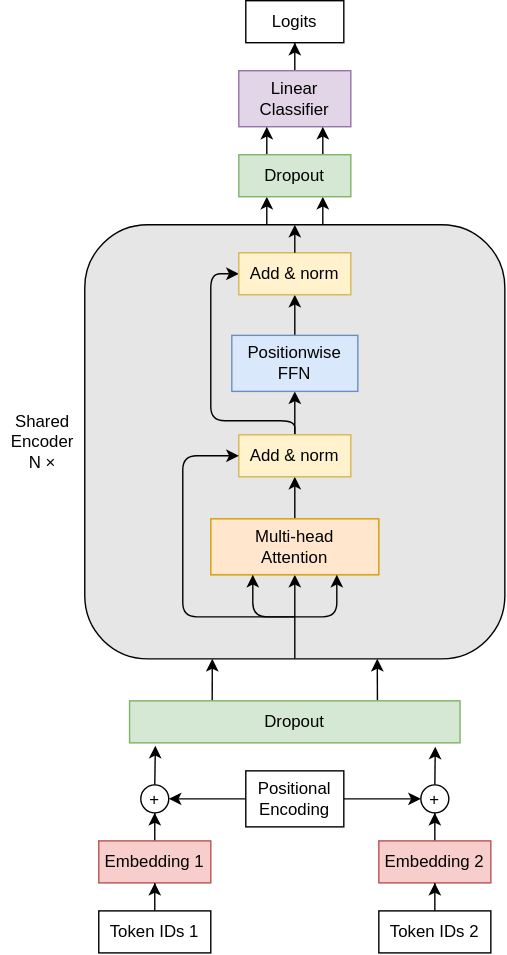
Above: docs/figures/transformer_architecture_diagram/transformer_architecture.drawio.svg in RayYouDS/cits4012-NLP-project (draw.io), before the change. Source tidied: cells renumbered, new cells last; positions are measured from the earlier drawing's top-left corner, leaving out a move shared by most shapes.
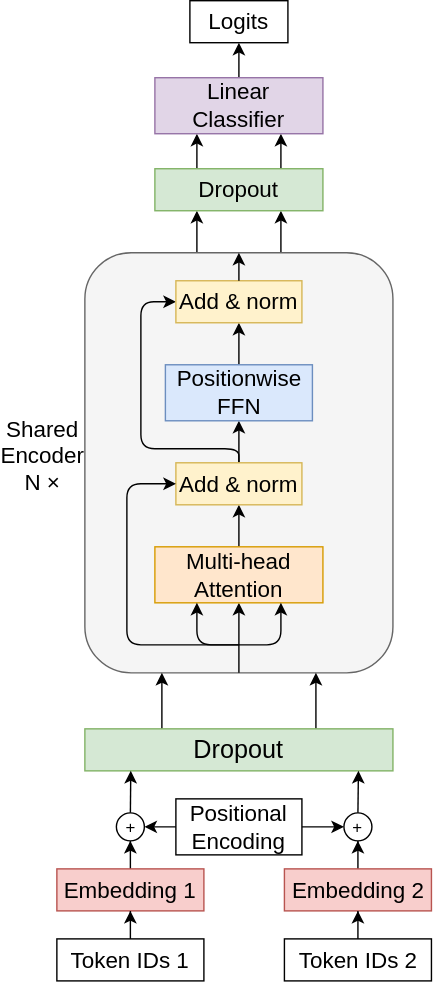
Later version of the same file.

Commit message:
update: new architecture diagram

Change to the diagram source:
```diff
@@ -2,160 +2,168 @@
   <root>
     <mxCell id="0" />
     <mxCell id="1" parent="0" />
-    <mxCell id="2" style="rounded=1;whiteSpace=wrap;html=1;roundedPerimeter=1;fillColor=#E6E6E6;" parent="1" vertex="1">
-      <mxGeometry x="60" y="160" width="300" height="310" as="geometry" />
-    </mxCell>
-    <mxCell id="3" style="edgeStyle=orthogonalEdgeStyle;rounded=0;jettySize=auto;html=1;entryX=0.5;entryY=1;entryDx=0;entryDy=0;" parent="1" edge="1" source="4" target="8">
-      <mxGeometry relative="1" as="geometry" />
-    </mxCell>
+    <mxCell id="45" style="edgeStyle=orthogonalEdgeStyle;rounded=0;jettySize=auto;html=1;exitX=0.75;exitY=0;exitDx=0;exitDy=0;entryX=0.75;entryY=1;entryDx=0;entryDy=0;" parent="1" edge="1" source="47" target="71">
+      <mxGeometry relative="1" as="geometry" />
+    </mxCell>
+    <mxCell id="46" style="edgeStyle=orthogonalEdgeStyle;rounded=0;jettySize=auto;html=1;exitX=0.25;exitY=0;exitDx=0;exitDy=0;entryX=0.25;entryY=1;entryDx=0;entryDy=0;" parent="1" edge="1" source="47" target="71">
+      <mxGeometry relative="1" as="geometry" />
+    </mxCell>
+    <mxCell id="47" style="rounded=1;whiteSpace=wrap;html=1;roundedPerimeter=1;fillColor=#f5f5f5;fontColor=#333333;strokeColor=#666666;" parent="1" vertex="1">
+      <mxGeometry x="250" y="160" width="220" height="300" as="geometry" />
+    </mxCell>
+    <mxCell id="48" style="edgeStyle=orthogonalEdgeStyle;rounded=0;jettySize=auto;html=1;entryX=0.5;entryY=1;entryDx=0;entryDy=0;" parent="1" edge="1" source="4" target="51">
+      <mxGeometry relative="1" as="geometry" />
+    </mxCell>
-    <mxCell id="4" value="Embedding 1" style="rounded=0;whiteSpace=wrap;html=1;fillColor=#f8cecc;strokeColor=#b85450;" parent="1" vertex="1">
-      <mxGeometry x="70" y="600" width="80" height="30" as="geometry" />
+    <mxCell id="4" value="Embedding 1" style="rounded=0;whiteSpace=wrap;html=1;fillColor=#f8cecc;strokeColor=#b85450;fontSize=16;" parent="1" vertex="1">
+      <mxGeometry x="230" y="600" width="105" height="30" as="geometry" />
     </mxCell>
-    <mxCell id="5" style="edgeStyle=orthogonalEdgeStyle;rounded=0;jettySize=auto;html=1;entryX=0;entryY=0.5;entryDx=0;entryDy=0;" parent="1" edge="1" source="7" target="12">
-      <mxGeometry relative="1" as="geometry" />
-    </mxCell>
-    <mxCell id="6" style="edgeStyle=orthogonalEdgeStyle;rounded=0;jettySize=auto;html=1;entryX=1;entryY=0.5;entryDx=0;entryDy=0;" parent="1" edge="1" source="7" target="8">
-      <mxGeometry relative="1" as="geometry" />
-    </mxCell>
+    <mxCell id="49" style="edgeStyle=orthogonalEdgeStyle;rounded=0;jettySize=auto;html=1;entryX=0;entryY=0.5;entryDx=0;entryDy=0;" parent="1" edge="1" target="53">
+      <mxGeometry relative="1" as="geometry">
+        <mxPoint x="390" y="570" as="sourcePoint" />
+      </mxGeometry>
+    </mxCell>
+    <mxCell id="50" style="edgeStyle=orthogonalEdgeStyle;rounded=0;jettySize=auto;html=1;entryX=1;entryY=0.5;entryDx=0;entryDy=0;" parent="1" edge="1" target="51">
+      <mxGeometry relative="1" as="geometry">
+        <mxPoint x="337.5" y="570" as="sourcePoint" />
+      </mxGeometry>
+    </mxCell>
-    <mxCell id="7" value="Positional Encoding" style="rounded=0;whiteSpace=wrap;html=1;" parent="1" vertex="1">
-      <mxGeometry x="175" y="550" width="70" height="40" as="geometry" />
+    <mxCell id="7" value="Positional Encoding" style="rounded=0;whiteSpace=wrap;html=1;fontSize=16;" parent="1" vertex="1">
+      <mxGeometry x="315" y="550" width="90" height="40" as="geometry" />
     </mxCell>
-    <mxCell id="8" value="+" style="ellipse;whiteSpace=wrap;html=1;shapeInside=1;" parent="1" vertex="1">
-      <mxGeometry x="100" y="560" width="20" height="20" as="geometry" />
-    </mxCell>
+    <mxCell id="51" value="+" style="ellipse;whiteSpace=wrap;html=1;shapeInside=1;" parent="1" vertex="1">
+      <mxGeometry x="272.5" y="560" width="20" height="20" as="geometry" />
+    </mxCell>
-    <mxCell id="9" value="Shared&lt;br&gt;Encoder&lt;br&gt;N ×" style="text;html=1;whiteSpace=wrap;strokeColor=none;fillColor=none;align=center;verticalAlign=middle;rounded=0;" parent="1" vertex="1">
-      <mxGeometry y="295" width="60" height="40" as="geometry" />
+    <mxCell id="9" value="Shared&lt;br&gt;Encoder&lt;br&gt;N ×" style="text;html=1;whiteSpace=wrap;strokeColor=none;fillColor=none;align=center;verticalAlign=middle;rounded=0;fontSize=16;" parent="1" vertex="1">
+      <mxGeometry x="190" y="285" width="60" height="40" as="geometry" />
     </mxCell>
-    <mxCell id="10" style="edgeStyle=orthogonalEdgeStyle;rounded=0;jettySize=auto;html=1;entryX=0.5;entryY=1;entryDx=0;entryDy=0;" parent="1" edge="1" source="11" target="12">
-      <mxGeometry relative="1" as="geometry" />
-    </mxCell>
+    <mxCell id="52" style="edgeStyle=orthogonalEdgeStyle;rounded=0;jettySize=auto;html=1;entryX=0.5;entryY=1;entryDx=0;entryDy=0;" parent="1" edge="1" source="11" target="53">
+      <mxGeometry relative="1" as="geometry" />
+    </mxCell>
-    <mxCell id="11" value="Embedding 2" style="rounded=0;whiteSpace=wrap;html=1;fillColor=#f8cecc;strokeColor=#b85450;" parent="1" vertex="1">
-      <mxGeometry x="270" y="600" width="80" height="30" as="geometry" />
+    <mxCell id="11" value="Embedding 2" style="rounded=0;whiteSpace=wrap;html=1;fillColor=#f8cecc;strokeColor=#b85450;fontSize=16;" parent="1" vertex="1">
+      <mxGeometry x="392.5" y="600" width="105" height="30" as="geometry" />
     </mxCell>
-    <mxCell id="12" value="+" style="ellipse;whiteSpace=wrap;html=1;shapeInside=1;" parent="1" vertex="1">
-      <mxGeometry x="300" y="560" width="20" height="20" as="geometry" />
-    </mxCell>
+    <mxCell id="53" value="+" style="ellipse;whiteSpace=wrap;html=1;shapeInside=1;" parent="1" vertex="1">
+      <mxGeometry x="435" y="560" width="20" height="20" as="geometry" />
+    </mxCell>
     <mxCell id="13" style="edgeStyle=orthogonalEdgeStyle;rounded=0;jettySize=auto;html=1;entryX=0.5;entryY=1;entryDx=0;entryDy=0;" parent="1" edge="1" source="14" target="4">
       <mxGeometry relative="1" as="geometry" />
     </mxCell>
-    <mxCell id="14" value="Token IDs 1" style="rounded=0;whiteSpace=wrap;html=1;" parent="1" vertex="1">
-      <mxGeometry x="70" y="650" width="80" height="30" as="geometry" />
+    <mxCell id="14" value="Token IDs 1" style="rounded=0;whiteSpace=wrap;html=1;fontSize=16;" parent="1" vertex="1">
+      <mxGeometry x="230" y="650" width="105" height="30" as="geometry" />
     </mxCell>
     <mxCell id="15" style="edgeStyle=orthogonalEdgeStyle;rounded=0;jettySize=auto;html=1;entryX=0.5;entryY=1;entryDx=0;entryDy=0;" parent="1" edge="1" source="16" target="11">
       <mxGeometry relative="1" as="geometry" />
     </mxCell>
-    <mxCell id="16" value="Token IDs 2" style="rounded=0;whiteSpace=wrap;html=1;" parent="1" vertex="1">
-      <mxGeometry x="270" y="650" width="80" height="30" as="geometry" />
+    <mxCell id="16" value="Token IDs 2" style="rounded=0;whiteSpace=wrap;html=1;fontSize=16;" parent="1" vertex="1">
+      <mxGeometry x="392.5" y="650" width="105" height="30" as="geometry" />
     </mxCell>
-    <mxCell id="17" style="edgeStyle=orthogonalEdgeStyle;rounded=0;jettySize=auto;html=1;exitX=0.5;exitY=1;exitDx=0;exitDy=0;entryX=0.5;entryY=1;entryDx=0;entryDy=0;" parent="1" edge="1" source="2" target="19">
-      <mxGeometry relative="1" as="geometry" />
-    </mxCell>
-    <mxCell id="18" style="edgeStyle=orthogonalEdgeStyle;rounded=0;jettySize=auto;html=1;entryX=0.5;entryY=1;entryDx=0;entryDy=0;" parent="1" edge="1" source="19" target="22">
-      <mxGeometry relative="1" as="geometry" />
-    </mxCell>
+    <mxCell id="54" style="edgeStyle=orthogonalEdgeStyle;rounded=0;jettySize=auto;html=1;exitX=0.5;exitY=1;exitDx=0;exitDy=0;entryX=0.5;entryY=1;entryDx=0;entryDy=0;" parent="1" edge="1" source="47" target="19">
+      <mxGeometry relative="1" as="geometry" />
+    </mxCell>
+    <mxCell id="55" style="edgeStyle=orthogonalEdgeStyle;rounded=0;jettySize=auto;html=1;entryX=0.5;entryY=1;entryDx=0;entryDy=0;" parent="1" edge="1" source="19" target="58">
+      <mxGeometry relative="1" as="geometry" />
+    </mxCell>
-    <mxCell id="19" value="Multi-head&lt;br&gt;Attention" style="rounded=0;whiteSpace=wrap;html=1;fillColor=#ffe6cc;strokeColor=#d79b00;" parent="1" vertex="1">
-      <mxGeometry x="150" y="370" width="120" height="40" as="geometry" />
+    <mxCell id="19" value="Multi-head&lt;br&gt;Attention" style="rounded=0;whiteSpace=wrap;html=1;fillColor=#ffe6cc;strokeColor=#d79b00;fontSize=16;" parent="1" vertex="1">
+      <mxGeometry x="300" y="370" width="120" height="40" as="geometry" />
     </mxCell>
-    <mxCell id="20" style="edgeStyle=orthogonalEdgeStyle;rounded=0;jettySize=auto;html=1;entryX=0.5;entryY=1;entryDx=0;entryDy=0;" parent="1" edge="1" source="22" target="24">
-      <mxGeometry relative="1" as="geometry" />
-    </mxCell>
-    <mxCell id="21" style="edgeStyle=orthogonalEdgeStyle;rounded=1;jettySize=auto;html=1;entryX=0;entryY=0.5;entryDx=0;entryDy=0;curved=0;" parent="1" edge="1" source="22" target="27">
-      <mxGeometry relative="1" as="geometry">
-        <Array as="points">
-          <mxPoint x="210" y="300" />
-          <mxPoint x="150" y="300" />
-          <mxPoint x="150" y="195" />
-        </Array>
-      </mxGeometry>
-    </mxCell>
-    <mxCell id="22" value="Add &amp;amp; norm" style="rounded=0;whiteSpace=wrap;html=1;fillColor=#fff2cc;strokeColor=#d6b656;" parent="1" vertex="1">
-      <mxGeometry x="170" y="310" width="80" height="30" as="geometry" />
-    </mxCell>
-    <mxCell id="23" style="edgeStyle=orthogonalEdgeStyle;rounded=0;jettySize=auto;html=1;entryX=0.5;entryY=1;entryDx=0;entryDy=0;" parent="1" edge="1" source="24" target="27">
-      <mxGeometry relative="1" as="geometry" />
-    </mxCell>
+    <mxCell id="56" style="edgeStyle=orthogonalEdgeStyle;rounded=0;jettySize=auto;html=1;entryX=0.5;entryY=1;entryDx=0;entryDy=0;" parent="1" edge="1" source="58" target="24">
+      <mxGeometry relative="1" as="geometry" />
+    </mxCell>
+    <mxCell id="57" style="edgeStyle=orthogonalEdgeStyle;rounded=1;jettySize=auto;html=1;entryX=0;entryY=0.5;entryDx=0;entryDy=0;curved=0;" parent="1" edge="1" source="58" target="60">
+      <mxGeometry relative="1" as="geometry">
+        <Array as="points">
+          <mxPoint x="360" y="300" />
+          <mxPoint x="290" y="300" />
+          <mxPoint x="290" y="195" />
+        </Array>
+      </mxGeometry>
+    </mxCell>
+    <mxCell id="58" value="Add &amp;amp; norm" style="rounded=0;whiteSpace=wrap;html=1;fillColor=#fff2cc;strokeColor=#d6b656;fontSize=16;" parent="1" vertex="1">
+      <mxGeometry x="315" y="310" width="90" height="30" as="geometry" />
+    </mxCell>
+    <mxCell id="59" style="edgeStyle=orthogonalEdgeStyle;rounded=0;jettySize=auto;html=1;entryX=0.5;entryY=1;entryDx=0;entryDy=0;" parent="1" edge="1" source="24" target="60">
+      <mxGeometry relative="1" as="geometry" />
+    </mxCell>
-    <mxCell id="24" value="Positionwise&lt;br&gt;FFN" style="rounded=0;whiteSpace=wrap;html=1;fillColor=#dae8fc;strokeColor=#6c8ebf;" parent="1" vertex="1">
-      <mxGeometry x="165" y="239" width="90" height="40" as="geometry" />
+    <mxCell id="24" value="Positionwise&lt;br&gt;FFN" style="rounded=0;whiteSpace=wrap;html=1;fillColor=#dae8fc;strokeColor=#6c8ebf;fontSize=16;" parent="1" vertex="1">
+      <mxGeometry x="307.5" y="240" width="105" height="40" as="geometry" />
     </mxCell>
-    <mxCell id="25" style="edgeStyle=orthogonalEdgeStyle;rounded=0;jettySize=auto;html=1;entryX=0.25;entryY=1;entryDx=0;entryDy=0;" parent="1" edge="1" target="42">
-      <mxGeometry relative="1" as="geometry">
-        <mxPoint x="190" y="160" as="sourcePoint" />
-      </mxGeometry>
-    </mxCell>
-    <mxCell id="26" style="edgeStyle=orthogonalEdgeStyle;rounded=0;jettySize=auto;html=1;entryX=0.75;entryY=1;entryDx=0;entryDy=0;" parent="1" edge="1" target="42">
-      <mxGeometry relative="1" as="geometry">
-        <mxPoint x="230" y="160" as="sourcePoint" />
-      </mxGeometry>
-    </mxCell>
-    <mxCell id="27" value="Add &amp;amp; norm" style="rounded=0;whiteSpace=wrap;html=1;fillColor=#fff2cc;strokeColor=#d6b656;" parent="1" vertex="1">
-      <mxGeometry x="170" y="180" width="80" height="30" as="geometry" />
-    </mxCell>
+    <mxCell id="60" value="Add &amp;amp; norm" style="rounded=0;whiteSpace=wrap;html=1;fillColor=#fff2cc;strokeColor=#d6b656;fontSize=16;" parent="1" vertex="1">
+      <mxGeometry x="315" y="180" width="90" height="30" as="geometry" />
+    </mxCell>
+    <mxCell id="61" style="endArrow=classic;html=1;rounded=1;entryX=0.75;entryY=1;entryDx=0;entryDy=0;curved=0;" parent="1" edge="1" target="19">
+      <mxGeometry relative="1" as="geometry">
+        <mxPoint x="360" y="440" as="sourcePoint" />
+        <Array as="points">
+          <mxPoint x="390" y="440" />
+        </Array>
+      </mxGeometry>
+    </mxCell>
+    <mxCell id="62" style="endArrow=classic;html=1;rounded=1;entryX=0.25;entryY=1;entryDx=0;entryDy=0;curved=0;" parent="1" edge="1" target="19">
+      <mxGeometry relative="1" as="geometry">
+        <mxPoint x="360" y="440" as="sourcePoint" />
+        <Array as="points">
+          <mxPoint x="330" y="440" />
+        </Array>
+      </mxGeometry>
+    </mxCell>
+    <mxCell id="63" style="endArrow=classic;html=1;rounded=1;entryX=0;entryY=0.5;entryDx=0;entryDy=0;curved=0;" parent="1" edge="1" target="58">
+      <mxGeometry x="0.13" relative="1" as="geometry">
+        <mxPoint x="360" y="440" as="sourcePoint" />
+        <Array as="points">
+          <mxPoint x="280" y="440" />
+          <mxPoint x="280" y="325" />
+        </Array>
+      </mxGeometry>
+    </mxCell>
+    <mxCell id="34" style="edgeStyle=orthogonalEdgeStyle;rounded=0;orthogonalLoop=1;jettySize=auto;html=1;innerLoopWaypoints=1;exitX=0.5;exitY=1;exitDx=0;exitDy=0;" parent="1" edge="1" source="7" target="7">
+      <mxGeometry relative="1" as="geometry" />
+    </mxCell>
+    <mxCell id="64" style="edgeStyle=orthogonalEdgeStyle;rounded=0;jettySize=auto;html=1;exitX=0.75;exitY=0;exitDx=0;exitDy=0;entryX=0.75;entryY=1;entryDx=0;entryDy=0;" parent="1" edge="1" source="66" target="47">
+      <mxGeometry relative="1" as="geometry">
+        <Array as="points">
+          <mxPoint x="415" y="500" />
+        </Array>
+      </mxGeometry>
+    </mxCell>
+    <mxCell id="65" style="edgeStyle=orthogonalEdgeStyle;rounded=0;jettySize=auto;html=1;exitX=0.25;exitY=0;exitDx=0;exitDy=0;entryX=0.25;entryY=1;entryDx=0;entryDy=0;" parent="1" edge="1" source="66" target="47">
+      <mxGeometry relative="1" as="geometry">
+        <Array as="points">
+          <mxPoint x="305" y="500" />
+        </Array>
+      </mxGeometry>
+    </mxCell>
+    <mxCell id="66" value="Dropout" style="rounded=0;whiteSpace=wrap;html=1;fillColor=#d5e8d4;strokeColor=#82b366;fontSize=18;" parent="1" vertex="1">
+      <mxGeometry x="250" y="500" width="220" height="30" as="geometry" />
+    </mxCell>
+    <mxCell id="67" style="edgeStyle=orthogonalEdgeStyle;rounded=0;orthogonalLoop=1;jettySize=auto;html=1;innerLoopWaypoints=1;exitX=0.5;exitY=1;exitDx=0;exitDy=0;" parent="1" edge="1" source="47" target="47">
+      <mxGeometry relative="1" as="geometry" />
+    </mxCell>
+    <mxCell id="68" style="endArrow=classic;html=1;rounded=0;exitX=0.5;exitY=0;exitDx=0;exitDy=0;entryX=0.5;entryY=0.032;entryDx=0;entryDy=0;" parent="1" edge="1" source="60" target="47">
+      <mxGeometry relative="1" as="geometry" />
+    </mxCell>
+    <mxCell id="69" style="edgeStyle=orthogonalEdgeStyle;rounded=0;jettySize=auto;html=1;exitX=0.25;exitY=0;exitDx=0;exitDy=0;entryX=0.25;entryY=1;entryDx=0;entryDy=0;" parent="1" edge="1" source="71" target="29">
+      <mxGeometry relative="1" as="geometry" />
+    </mxCell>
+    <mxCell id="70" style="edgeStyle=orthogonalEdgeStyle;rounded=0;jettySize=auto;html=1;exitX=0.75;exitY=0;exitDx=0;exitDy=0;entryX=0.75;entryY=1;entryDx=0;entryDy=0;" parent="1" edge="1" source="71" target="29">
+      <mxGeometry relative="1" as="geometry" />
+    </mxCell>
+    <mxCell id="71" value="Dropout" style="rounded=0;whiteSpace=wrap;html=1;fillColor=#d5e8d4;strokeColor=#82b366;fontSize=16;" parent="1" vertex="1">
+      <mxGeometry x="300" y="100" width="120" height="30" as="geometry" />
+    </mxCell>
-    <mxCell id="28" style="edgeStyle=orthogonalEdgeStyle;rounded=0;jettySize=auto;html=1;entryX=0.5;entryY=1;entryDx=0;entryDy=0;" parent="1" edge="1" source="29" target="33">
+    <mxCell id="28" style="edgeStyle=orthogonalEdgeStyle;rounded=0;jettySize=auto;html=1;exitX=0.5;exitY=0;exitDx=0;exitDy=0;entryX=0.5;entryY=1;entryDx=0;entryDy=0;" parent="1" edge="1" source="29" target="33">
       <mxGeometry relative="1" as="geometry" />
     </mxCell>
-    <mxCell id="29" value="Linear Classifier" style="rounded=0;whiteSpace=wrap;html=1;fillColor=#e1d5e7;strokeColor=#9673a6;" parent="1" vertex="1">
-      <mxGeometry x="170" y="50" width="80" height="40" as="geometry" />
+    <mxCell id="29" value="Linear&lt;br&gt;Classifier" style="rounded=0;whiteSpace=wrap;html=1;fillColor=#e1d5e7;strokeColor=#9673a6;fontSize=16;" parent="1" vertex="1">
+      <mxGeometry x="300" y="35" width="120" height="40" as="geometry" />
     </mxCell>
-    <mxCell id="30" style="endArrow=classic;html=1;rounded=1;entryX=0.75;entryY=1;entryDx=0;entryDy=0;curved=0;" parent="1" edge="1" target="19">
-      <mxGeometry relative="1" as="geometry">
-        <mxPoint x="210" y="440" as="sourcePoint" />
-        <Array as="points">
-          <mxPoint x="240" y="440" />
-        </Array>
-      </mxGeometry>
-    </mxCell>
-    <mxCell id="31" style="endArrow=classic;html=1;rounded=1;entryX=0.25;entryY=1;entryDx=0;entryDy=0;curved=0;" parent="1" edge="1" target="19">
-      <mxGeometry relative="1" as="geometry">
-        <mxPoint x="210" y="440" as="sourcePoint" />
-        <Array as="points">
-          <mxPoint x="180" y="440" />
-        </Array>
-      </mxGeometry>
-    </mxCell>
-    <mxCell id="32" style="endArrow=classic;html=1;rounded=1;entryX=0;entryY=0.5;entryDx=0;entryDy=0;curved=0;" parent="1" edge="1" target="22">
-      <mxGeometry x="0.13" relative="1" as="geometry">
-        <mxPoint x="210" y="440" as="sourcePoint" />
-        <Array as="points">
-          <mxPoint x="130" y="440" />
-          <mxPoint x="130" y="325" />
-        </Array>
-      </mxGeometry>
-    </mxCell>
-    <mxCell id="33" value="Logits" style="rounded=0;whiteSpace=wrap;html=1;" parent="1" vertex="1">
-      <mxGeometry x="175" width="70" height="30" as="geometry" />
+    <mxCell id="33" value="Logits" style="rounded=0;whiteSpace=wrap;html=1;fontSize=16;" parent="1" vertex="1">
+      <mxGeometry x="325" y="-20" width="70" height="30" as="geometry" />
     </mxCell>
-    <mxCell id="34" style="edgeStyle=orthogonalEdgeStyle;rounded=0;orthogonalLoop=1;jettySize=auto;html=1;innerLoopWaypoints=1;exitX=0.5;exitY=1;exitDx=0;exitDy=0;" parent="1" edge="1" source="7" target="7">
-      <mxGeometry relative="1" as="geometry" />
-    </mxCell>
-    <mxCell id="35" style="edgeStyle=orthogonalEdgeStyle;rounded=0;jettySize=auto;html=1;exitX=0.75;exitY=0;exitDx=0;exitDy=0;entryX=0.701;entryY=1.012;entryDx=0;entryDy=0;" parent="1" edge="1" source="37" target="2">
-      <mxGeometry relative="1" as="geometry" />
-    </mxCell>
-    <mxCell id="36" style="edgeStyle=orthogonalEdgeStyle;rounded=0;jettySize=auto;html=1;exitX=0.25;exitY=0;exitDx=0;exitDy=0;entryX=0.304;entryY=0.999;entryDx=0;entryDy=0;" parent="1" edge="1" source="37" target="2">
-      <mxGeometry relative="1" as="geometry" />
-    </mxCell>
-    <mxCell id="37" value="Dropout" style="rounded=0;whiteSpace=wrap;html=1;fillColor=#d5e8d4;strokeColor=#82b366;" parent="1" vertex="1">
-      <mxGeometry x="92" y="500" width="236" height="30" as="geometry" />
-    </mxCell>
-    <mxCell id="38" style="edgeStyle=orthogonalEdgeStyle;rounded=0;jettySize=auto;html=1;exitX=0.5;exitY=0;exitDx=0;exitDy=0;entryX=0.078;entryY=1.07;entryDx=0;entryDy=0;entryPerimeter=0;" parent="1" edge="1" source="8" target="37">
-      <mxGeometry relative="1" as="geometry" />
-    </mxCell>
-    <mxCell id="39" style="edgeStyle=orthogonalEdgeStyle;rounded=0;jettySize=auto;html=1;exitX=0.5;exitY=0;exitDx=0;exitDy=0;entryX=0.925;entryY=1.09;entryDx=0;entryDy=0;entryPerimeter=0;" parent="1" edge="1" source="12" target="37">
-      <mxGeometry relative="1" as="geometry" />
-    </mxCell>
-    <mxCell id="40" style="edgeStyle=orthogonalEdgeStyle;rounded=0;jettySize=auto;html=1;exitX=0.25;exitY=0;exitDx=0;exitDy=0;entryX=0.25;entryY=1;entryDx=0;entryDy=0;" parent="1" edge="1" source="42" target="29">
-      <mxGeometry relative="1" as="geometry" />
-    </mxCell>
-    <mxCell id="41" style="edgeStyle=orthogonalEdgeStyle;rounded=0;jettySize=auto;html=1;exitX=0.75;exitY=0;exitDx=0;exitDy=0;entryX=0.75;entryY=1;entryDx=0;entryDy=0;" parent="1" edge="1" source="42" target="29">
-      <mxGeometry relative="1" as="geometry" />
-    </mxCell>
-    <mxCell id="42" value="Dropout" style="rounded=0;whiteSpace=wrap;html=1;fillColor=#d5e8d4;strokeColor=#82b366;" parent="1" vertex="1">
-      <mxGeometry x="170" y="110" width="80" height="30" as="geometry" />
-    </mxCell>
-    <mxCell id="43" style="edgeStyle=orthogonalEdgeStyle;rounded=0;orthogonalLoop=1;jettySize=auto;html=1;innerLoopWaypoints=1;exitX=0.5;exitY=1;exitDx=0;exitDy=0;" parent="1" edge="1" source="2" target="2">
-      <mxGeometry relative="1" as="geometry" />
-    </mxCell>
-    <mxCell id="44" style="endArrow=classic;html=1;rounded=0;exitX=0.5;exitY=0;exitDx=0;exitDy=0;entryX=0.5;entryY=0.032;entryDx=0;entryDy=0;" parent="1" edge="1" source="27" target="2">
-      <mxGeometry relative="1" as="geometry" />
-    </mxCell>
+    <mxCell id="72" style="edgeStyle=orthogonalEdgeStyle;rounded=0;jettySize=auto;html=1;exitX=0.5;exitY=0;exitDx=0;exitDy=0;entryX=0.888;entryY=1;entryDx=0;entryDy=0;entryPerimeter=0;" parent="1" edge="1" source="53" target="66">
+      <mxGeometry relative="1" as="geometry" />
+    </mxCell>
+    <mxCell id="73" style="edgeStyle=orthogonalEdgeStyle;rounded=0;jettySize=auto;html=1;exitX=0.5;exitY=0;exitDx=0;exitDy=0;entryX=0.149;entryY=1;entryDx=0;entryDy=0;entryPerimeter=0;" parent="1" edge="1" source="51" target="66">
+      <mxGeometry relative="1" as="geometry" />
+    </mxCell>
   </root>
 </mxGraphModel>
```
